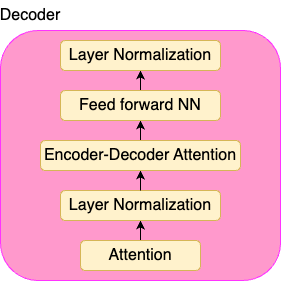
Earlier version of the draw.io export ds701_book/drawio/Decoder.png (tools4ds/DS701-Course-Notes). Source tidied: cells renumbered, new cells last; positions are measured from the earlier drawing's top-left corner, leaving out a move shared by most shapes.
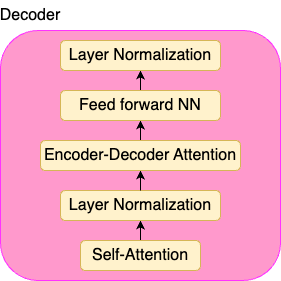
The same file after the commit.

Change to the diagram source:
```diff
@@ -11,7 +11,7 @@
     <mxCell id="4" style="edgeStyle=orthogonalEdgeStyle;rounded=0;jettySize=auto;html=1;exitX=0.5;exitY=0;exitDx=0;exitDy=0;entryX=0.5;entryY=1;entryDx=0;entryDy=0;" parent="1" edge="1" source="5" target="7">
       <mxGeometry relative="1" as="geometry" />
     </mxCell>
-    <mxCell id="5" value="Attention" style="rounded=1;whiteSpace=wrap;html=1;fontSize=16;fillColor=#fff2cc;strokeColor=#d6b656;" parent="1" vertex="1">
+    <mxCell id="5" value="Self-Attention" style="rounded=1;whiteSpace=wrap;html=1;fontSize=16;fillColor=#fff2cc;strokeColor=#d6b656;" parent="1" vertex="1">
       <mxGeometry x="80" y="240" width="120" height="30" as="geometry" />
     </mxCell>
     <mxCell id="6" style="edgeStyle=orthogonalEdgeStyle;rounded=0;jettySize=auto;html=1;exitX=0.5;exitY=0;exitDx=0;exitDy=0;entryX=0.5;entryY=1;entryDx=0;entryDy=0;" parent="1" edge="1" source="12" target="9">
```
